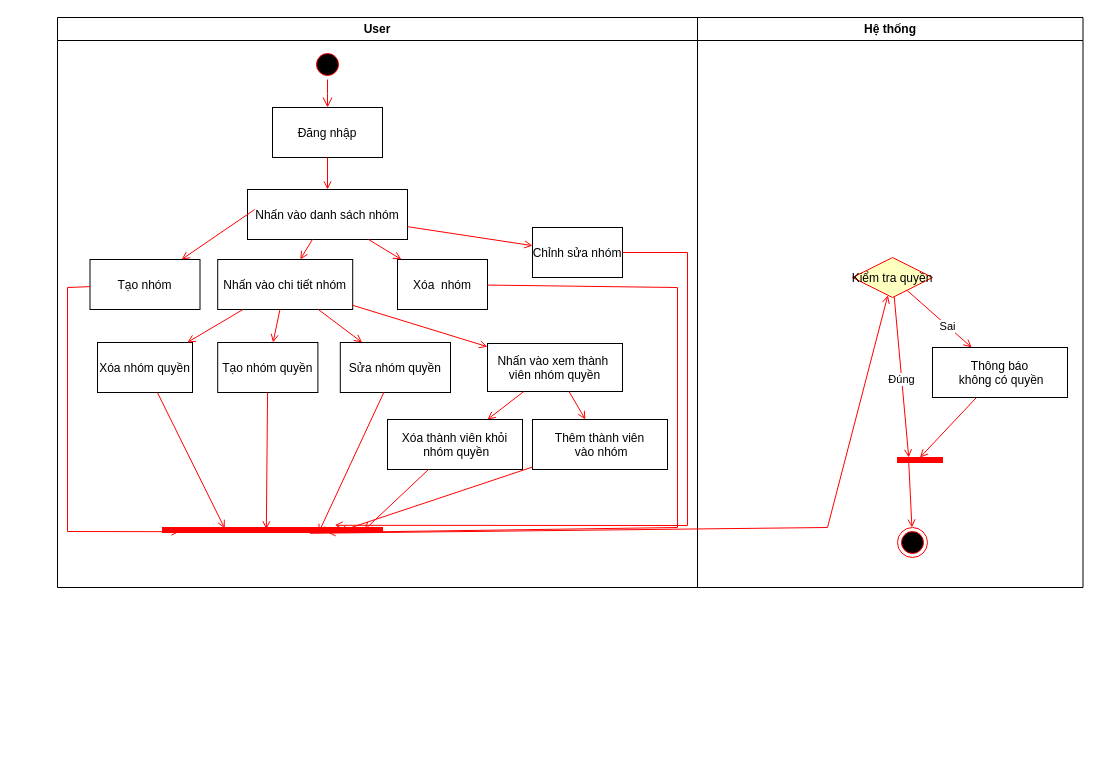
Before: BlogProject/BlogProject/PhanQuyenActivity.drawio in TranThanhHoang123/Blog, a draw.io diagram. Source tidied: cells renumbered, new cells numbered last; positions are measured from the earlier drawing's top-left corner, leaving out a move shared by most shapes. Both pictures are drawn from the tidied source at 100%, with x=0, y=0 at pixel (57, 17).
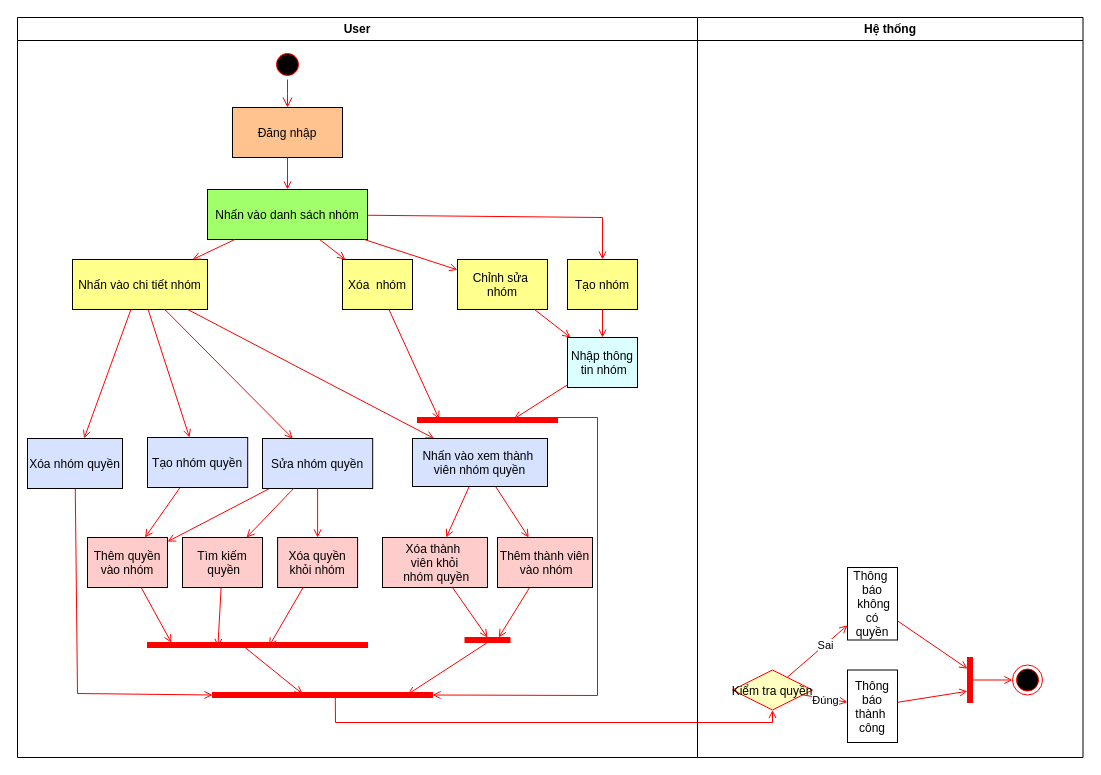
After the change.

Diff of the diagram source:
```diff
@@
     <mxCell id="2" value="User" style="swimlane;whiteSpace=wrap;" parent="1" vertex="1">
-      <mxGeometry width="640" height="570" as="geometry" />
+      <mxGeometry x="-40" width="680" height="740" as="geometry" />
     </mxCell>
@@
-    <mxCell id="5" value="Đăng nhập" parent="2" vertex="1">
+    <mxCell id="5" value="Đăng nhập" style="fillColor=#FFC38F;" parent="2" vertex="1">
       <mxGeometry x="215" y="90" width="110" height="50" as="geometry" />
     </mxCell>
-    <mxCell id="6" value="Nhấn vào danh sách nhóm" parent="2" vertex="1">
+    <mxCell id="6" value="Nhấn vào danh sách nhóm" style="fillColor=#A1FF6B;" parent="2" vertex="1">
       <mxGeometry x="190" y="172" width="160" height="50" as="geometry" />
     </mxCell>
@@
-    <mxCell id="8" value="Nhấn vào chi tiết nhóm" parent="2" vertex="1">
-      <mxGeometry x="160.2" y="242" width="135" height="50" as="geometry" />
+    <mxCell id="8" value="Nhấn vào chi tiết nhóm" style="fillColor=#FFFF8C;" parent="2" vertex="1">
+      <mxGeometry x="55" y="242" width="135" height="50" as="geometry" />
     </mxCell>
@@
-    <mxCell id="10" value="Nhấn vào xem thành &#10;viên nhóm quyền" parent="2" vertex="1">
-      <mxGeometry x="430" y="326" width="135" height="48" as="geometry" />
-    </mxCell>
@@
-    <mxCell id="12" value="Thêm thành viên&#10; vào nhóm" parent="2" vertex="1">
-      <mxGeometry x="475" y="402" width="135" height="50" as="geometry" />
-    </mxCell>
-    <mxCell id="13" value="Tạo nhóm quyền" parent="2" vertex="1">
-      <mxGeometry x="160.2" y="325" width="100.2" height="50" as="geometry" />
-    </mxCell>
@@
-    <mxCell id="15" value="Xóa nhóm quyền" parent="2" vertex="1">
-      <mxGeometry x="40" y="325" width="95" height="50" as="geometry" />
-    </mxCell>
@@
-    <mxCell id="18" value="Xóa thành viên khỏi&#10; nhóm quyền" parent="2" vertex="1">
-      <mxGeometry x="330" y="402" width="135" height="50" as="geometry" />
-    </mxCell>
@@
-    <mxCell id="20" value="Sửa nhóm quyền" parent="2" vertex="1">
-      <mxGeometry x="282.8" y="325" width="110.2" height="50" as="geometry" />
-    </mxCell>
@@
-    <mxCell id="22" value="Xóa  nhóm" parent="2" vertex="1">
-      <mxGeometry x="340" y="242" width="90" height="50" as="geometry" />
+    <mxCell id="22" value="Xóa  nhóm" style="fillColor=#FFFF8C;" parent="2" vertex="1">
+      <mxGeometry x="325" y="242" width="70" height="50" as="geometry" />
     </mxCell>
-    <mxCell id="23" value="Chỉnh sửa nhóm" parent="2" vertex="1">
-      <mxGeometry x="475" y="210" width="90" height="50" as="geometry" />
-    </mxCell>
@@
-    <mxCell id="26" value="Tạo nhóm" parent="2" vertex="1">
-      <mxGeometry x="32.5" y="242" width="110" height="50" as="geometry" />
+    <mxCell id="26" value="Tạo nhóm" style="fillColor=#FFFF8C;" parent="2" vertex="1">
+      <mxGeometry x="550" y="242" width="70" height="50" as="geometry" />
     </mxCell>
-    <mxCell id="27" style="endArrow=open;strokeColor=#FF0000;endFill=1;rounded=0;exitX=0.045;exitY=0.4;exitDx=0;exitDy=0;exitPerimeter=0;" parent="2" edge="1" source="6" target="26">
-      <mxGeometry relative="1" as="geometry" />
-    </mxCell>
-    <mxCell id="28" style="whiteSpace=wrap;strokeColor=#FF0000;fillColor=#FF0000;direction=south;" parent="2" vertex="1">
-      <mxGeometry x="105" y="510" width="220" height="5" as="geometry" />
-    </mxCell>
-    <mxCell id="29" style="endArrow=open;strokeColor=#FF0000;endFill=1;rounded=0;entryX=0.84;entryY=0.923;entryDx=0;entryDy=0;entryPerimeter=0;" parent="2" edge="1" source="26" target="28">
-      <mxGeometry relative="1" as="geometry">
-        <Array as="points">
-          <mxPoint x="10" y="270" />
-          <mxPoint x="10" y="514" />
-        </Array>
-      </mxGeometry>
-    </mxCell>
-    <mxCell id="30" style="endArrow=open;strokeColor=#FF0000;endFill=1;rounded=0;entryX=0.2;entryY=0.717;entryDx=0;entryDy=0;entryPerimeter=0;" parent="2" edge="1" source="15" target="28">
-      <mxGeometry relative="1" as="geometry" />
+    <mxCell id="30" style="endArrow=open;strokeColor=#FF0000;endFill=1;rounded=0;entryX=0.5;entryY=1;entryDx=0;entryDy=0;" parent="2" edge="1" source="15" target="28">
+      <mxGeometry relative="1" as="geometry">
+        <Array as="points">
+          <mxPoint x="60" y="676" />
+        </Array>
+      </mxGeometry>
     </mxCell>
-    <mxCell id="31" style="endArrow=open;strokeColor=#FF0000;endFill=1;rounded=0;entryX=0.36;entryY=0.528;entryDx=0;entryDy=0;entryPerimeter=0;" parent="2" edge="1" source="13" target="28">
+    <mxCell id="31" style="endArrow=open;strokeColor=#FF0000;endFill=1;rounded=0;" parent="2" edge="1" source="13" target="62">
       <mxGeometry relative="1" as="geometry" />
     </mxCell>
+    <mxCell id="23" value="Chỉnh sửa &#10;nhóm" style="fillColor=#FFFF8C;" parent="2" vertex="1">
+      <mxGeometry x="440" y="242" width="90" height="50" as="geometry" />
+    </mxCell>
+    <mxCell id="51" style="endArrow=open;strokeColor=#FF0000;endFill=1;rounded=0;entryX=0;entryY=0.5;entryDx=0;entryDy=0;" parent="2" edge="1" source="18" target="59">
+      <mxGeometry relative="1" as="geometry" />
+    </mxCell>
+    <mxCell id="52" style="endArrow=open;strokeColor=#FF0000;endFill=1;rounded=0;entryX=0;entryY=0.25;entryDx=0;entryDy=0;" parent="2" edge="1" source="12" target="59">
+      <mxGeometry relative="1" as="geometry" />
+    </mxCell>
+    <mxCell id="53" style="endArrow=open;strokeColor=#FF0000;endFill=1;rounded=0;exitX=1;exitY=0.5;exitDx=0;exitDy=0;entryX=0.36;entryY=0.112;entryDx=0;entryDy=0;entryPerimeter=0;" parent="2" edge="1" source="59" target="28">
+      <mxGeometry relative="1" as="geometry" />
+    </mxCell>
+    <mxCell id="27" style="endArrow=open;strokeColor=#FF0000;endFill=1;rounded=0;" parent="2" edge="1" source="6" target="26">
+      <mxGeometry relative="1" as="geometry">
+        <Array as="points">
+          <mxPoint x="585" y="200" />
+        </Array>
+      </mxGeometry>
+    </mxCell>
+    <mxCell id="54" style="whiteSpace=wrap;strokeColor=#FF0000;fillColor=#FF0000;direction=south;" parent="2" vertex="1">
+      <mxGeometry x="400" y="400" width="140" height="5" as="geometry" />
+    </mxCell>
+    <mxCell id="55" style="endArrow=open;strokeColor=#FF0000;endFill=1;rounded=0;entryX=0.36;entryY=0.845;entryDx=0;entryDy=0;entryPerimeter=0;" parent="2" edge="1" source="22" target="54">
+      <mxGeometry relative="1" as="geometry" />
+    </mxCell>
+    <mxCell id="56" style="endArrow=open;strokeColor=#FF0000;endFill=1;rounded=0;" parent="2" edge="1" source="23" target="60">
+      <mxGeometry relative="1" as="geometry" />
+    </mxCell>
+    <mxCell id="57" style="endArrow=open;strokeColor=#FF0000;endFill=1;rounded=0;" parent="2" edge="1" source="26">
+      <mxGeometry relative="1" as="geometry">
+        <mxPoint x="585" y="320" as="targetPoint" />
+      </mxGeometry>
+    </mxCell>
+    <mxCell id="58" style="endArrow=open;strokeColor=#FF0000;endFill=1;rounded=0;exitX=0;exitY=0.25;exitDx=0;exitDy=0;entryX=0.5;entryY=0;entryDx=0;entryDy=0;" parent="2" edge="1" source="54" target="28">
+      <mxGeometry relative="1" as="geometry">
+        <Array as="points">
+          <mxPoint x="580" y="400" />
+          <mxPoint x="580" y="678" />
+        </Array>
+      </mxGeometry>
+    </mxCell>
+    <mxCell id="12" value="Thêm thành viên&#10; vào nhóm" style="fillColor=#FFCCCC;" parent="2" vertex="1">
+      <mxGeometry x="480" y="520" width="95" height="50" as="geometry" />
+    </mxCell>
+    <mxCell id="10" value="Nhấn vào xem thành &#10;viên nhóm quyền" style="fillColor=#D6E2FF;" parent="2" vertex="1">
+      <mxGeometry x="395" y="421" width="135" height="48" as="geometry" />
+    </mxCell>
+    <mxCell id="18" value="Xóa thành &#10;viên khỏi&#10; nhóm quyền" style="fillColor=#FFCCCC;" parent="2" vertex="1">
+      <mxGeometry x="365" y="520" width="105" height="50" as="geometry" />
+    </mxCell>
+    <mxCell id="59" style="whiteSpace=wrap;strokeColor=#FF0000;fillColor=#FF0000;direction=south;" parent="2" vertex="1">
+      <mxGeometry x="447.5" y="620" width="45" height="5" as="geometry" />
+    </mxCell>
-    <mxCell id="32" style="endArrow=open;strokeColor=#FF0000;endFill=1;rounded=0;entryX=1;entryY=0.29;entryDx=0;entryDy=0;entryPerimeter=0;" parent="2" edge="1" source="20" target="28">
+    <mxCell id="32" style="endArrow=open;strokeColor=#FF0000;endFill=1;rounded=0;" parent="2" edge="1" source="20" target="62">
       <mxGeometry relative="1" as="geometry" />
     </mxCell>
-    <mxCell id="33" style="endArrow=open;strokeColor=#FF0000;endFill=1;rounded=0;entryX=0.52;entryY=0.083;entryDx=0;entryDy=0;entryPerimeter=0;" parent="2" edge="1" source="18" target="28">
-      <mxGeometry relative="1" as="geometry" />
-    </mxCell>
-    <mxCell id="34" style="endArrow=open;strokeColor=#FF0000;endFill=1;rounded=0;entryX=0.84;entryY=0.199;entryDx=0;entryDy=0;entryPerimeter=0;" parent="2" edge="1" source="12" target="28">
-      <mxGeometry relative="1" as="geometry" />
-    </mxCell>
-    <mxCell id="35" style="endArrow=open;strokeColor=#FF0000;endFill=1;rounded=0;entryX=1;entryY=0.25;entryDx=0;entryDy=0;" parent="2" edge="1" source="22" target="28">
-      <mxGeometry relative="1" as="geometry">
-        <Array as="points">
-          <mxPoint x="620" y="270" />
-          <mxPoint x="620" y="510" />
-        </Array>
-      </mxGeometry>
-    </mxCell>
-    <mxCell id="36" style="endArrow=open;strokeColor=#FF0000;endFill=1;rounded=0;entryX=-0.44;entryY=0.217;entryDx=0;entryDy=0;entryPerimeter=0;" parent="2" edge="1" source="23" target="28">
-      <mxGeometry relative="1" as="geometry">
-        <Array as="points">
-          <mxPoint x="630" y="235" />
-          <mxPoint x="630" y="508" />
-        </Array>
-      </mxGeometry>
-    </mxCell>
+    <mxCell id="20" value="Sửa nhóm quyền" style="fillColor=#D6E2FF;" parent="2" vertex="1">
+      <mxGeometry x="245" y="421" width="110.2" height="50" as="geometry" />
+    </mxCell>
+    <mxCell id="13" value="Tạo nhóm quyền" style="fillColor=#D6E2FF;" parent="2" vertex="1">
+      <mxGeometry x="130" y="420" width="100.2" height="50" as="geometry" />
+    </mxCell>
+    <mxCell id="15" value="Xóa nhóm quyền" style="fillColor=#D6E2FF;" parent="2" vertex="1">
+      <mxGeometry x="10" y="421" width="95" height="50" as="geometry" />
+    </mxCell>
+    <mxCell id="28" style="whiteSpace=wrap;strokeColor=#FF0000;fillColor=#FF0000;direction=south;" parent="2" vertex="1">
+      <mxGeometry x="195" y="675" width="220" height="5" as="geometry" />
+    </mxCell>
+    <mxCell id="41" value="Kiểm tra quyền" style="rhombus;fillColor=#ffffc0;strokeColor=#ff0000;" parent="2" vertex="1">
+      <mxGeometry x="715" y="652.5" width="80" height="40" as="geometry" />
+    </mxCell>
+    <mxCell id="50" style="endArrow=open;strokeColor=#FF0000;endFill=1;rounded=0;exitX=-0.12;exitY=0.442;exitDx=0;exitDy=0;exitPerimeter=0;" parent="2" edge="1" source="28" target="41">
+      <mxGeometry relative="1" as="geometry">
+        <Array as="points">
+          <mxPoint x="318" y="705" />
+          <mxPoint x="755" y="705" />
+        </Array>
+      </mxGeometry>
+    </mxCell>
+    <mxCell id="60" value="Nhập thông&#10; tin nhóm" style="fillColor=#DBFFFF;" parent="2" vertex="1">
+      <mxGeometry x="550" y="320" width="70" height="50" as="geometry" />
+    </mxCell>
+    <mxCell id="61" style="endArrow=open;strokeColor=#FF0000;endFill=1;rounded=0;entryX=0.28;entryY=0.311;entryDx=0;entryDy=0;entryPerimeter=0;" parent="2" edge="1" source="60" target="54">
+      <mxGeometry relative="1" as="geometry" />
+    </mxCell>
+    <mxCell id="62" value="Thêm quyền&#10;vào nhóm" style="fillColor=#FFCCCC;" parent="2" vertex="1">
+      <mxGeometry x="70" y="520" width="80" height="50" as="geometry" />
+    </mxCell>
+    <mxCell id="63" value="Tìm kiếm&#10; quyền" style="fillColor=#FFCCCC;" parent="2" vertex="1">
+      <mxGeometry x="165" y="520" width="80" height="50" as="geometry" />
+    </mxCell>
+    <mxCell id="64" value="Xóa quyền&#10;khỏi nhóm" style="fillColor=#FFCCCC;" parent="2" vertex="1">
+      <mxGeometry x="260.1" y="520" width="80" height="50" as="geometry" />
+    </mxCell>
+    <mxCell id="65" style="endArrow=open;strokeColor=#FF0000;endFill=1;rounded=0;" parent="2" edge="1" source="20" target="63">
+      <mxGeometry relative="1" as="geometry" />
+    </mxCell>
+    <mxCell id="66" style="endArrow=open;strokeColor=#FF0000;endFill=1;rounded=0;" parent="2" edge="1" source="20" target="64">
+      <mxGeometry relative="1" as="geometry" />
+    </mxCell>
+    <mxCell id="67" style="whiteSpace=wrap;strokeColor=#FF0000;fillColor=#FF0000;direction=south;" parent="2" vertex="1">
+      <mxGeometry x="130" y="625" width="220" height="5" as="geometry" />
+    </mxCell>
+    <mxCell id="68" style="endArrow=open;strokeColor=#FF0000;endFill=1;rounded=0;entryX=0.08;entryY=0.891;entryDx=0;entryDy=0;entryPerimeter=0;" parent="2" edge="1" source="62" target="67">
+      <mxGeometry relative="1" as="geometry" />
+    </mxCell>
+    <mxCell id="69" style="endArrow=open;strokeColor=#FF0000;endFill=1;rounded=0;entryX=0.88;entryY=0.68;entryDx=0;entryDy=0;entryPerimeter=0;" parent="2" edge="1" source="63" target="67">
+      <mxGeometry relative="1" as="geometry" />
+    </mxCell>
+    <mxCell id="70" style="endArrow=open;strokeColor=#FF0000;endFill=1;rounded=0;entryX=0.72;entryY=0.447;entryDx=0;entryDy=0;entryPerimeter=0;" parent="2" edge="1" source="64" target="67">
+      <mxGeometry relative="1" as="geometry" />
+    </mxCell>
+    <mxCell id="71" style="endArrow=open;strokeColor=#FF0000;endFill=1;rounded=0;entryX=0.32;entryY=0.59;entryDx=0;entryDy=0;entryPerimeter=0;exitX=0.24;exitY=0.578;exitDx=0;exitDy=0;exitPerimeter=0;" parent="2" edge="1" source="67" target="28">
+      <mxGeometry relative="1" as="geometry" />
+    </mxCell>
     <mxCell id="37" value="Hệ thống" style="swimlane;whiteSpace=wrap;" parent="1" vertex="1">
-      <mxGeometry x="640" width="385.5" height="570" as="geometry" />
+      <mxGeometry x="640" width="385.5" height="740" as="geometry" />
     </mxCell>
@@
+    <mxCell id="45" value="Thông &#10;báo&#10; không&#10; có &#10;quyền" style="direction=south;" parent="37" vertex="1">
+      <mxGeometry x="150" y="550" width="50" height="72.5" as="geometry" />
+    </mxCell>
+    <mxCell id="44" style="whiteSpace=wrap;strokeColor=#FF0000;fillColor=#FF0000;direction=west;" parent="37" vertex="1">
+      <mxGeometry x="270" y="640" width="5" height="45" as="geometry" />
+    </mxCell>
+    <mxCell id="48" style="endArrow=open;strokeColor=#FF0000;endFill=1;rounded=0;entryX=1;entryY=0.75;entryDx=0;entryDy=0;" parent="37" edge="1" source="45" target="44">
+      <mxGeometry relative="1" as="geometry" />
+    </mxCell>
+    <mxCell id="72" value="Thông&#10; báo &#10;thành &#10;công" style="direction=south;" parent="37" vertex="1">
+      <mxGeometry x="150" y="652.5" width="50" height="72.5" as="geometry" />
+    </mxCell>
+    <mxCell id="73" style="endArrow=open;strokeColor=#FF0000;endFill=1;rounded=0;entryX=1;entryY=0.25;entryDx=0;entryDy=0;" parent="37" edge="1" source="72" target="44">
+      <mxGeometry relative="1" as="geometry" />
+    </mxCell>
     <mxCell id="40" style="ellipse;shape=endState;fillColor=#000000;strokeColor=#ff0000;" parent="37" vertex="1">
-      <mxGeometry x="200" y="510" width="30" height="30" as="geometry" />
+      <mxGeometry x="315" y="647.5" width="30" height="30" as="geometry" />
     </mxCell>
-    <mxCell id="41" value="Kiểm tra quyền" style="rhombus;fillColor=#ffffc0;strokeColor=#ff0000;" parent="37" vertex="1">
-      <mxGeometry x="155" y="240" width="80" height="40" as="geometry" />
-    </mxCell>
+    <mxCell id="49" style="endArrow=open;strokeColor=#FF0000;endFill=1;rounded=0;exitX=1;exitY=0.5;exitDx=0;exitDy=0;" parent="37" edge="1" source="44" target="40">
+      <mxGeometry relative="1" as="geometry" />
+    </mxCell>
+    <mxCell id="46" style="endArrow=open;strokeColor=#FF0000;endFill=1;rounded=0;" parent="1" edge="1" source="41" target="45">
+      <mxGeometry relative="1" as="geometry" />
+    </mxCell>
+    <mxCell id="47" value="Sai" style="edgeLabel;html=1;align=center;verticalAlign=middle;" parent="46" vertex="1">
+      <mxGeometry x="0.26" relative="1" as="geometry" />
+    </mxCell>
-    <mxCell id="42" style="endArrow=open;strokeColor=#FF0000;endFill=1;rounded=0;entryX=0;entryY=0.75;entryDx=0;entryDy=0;" parent="37" edge="1" source="41" target="44">
+    <mxCell id="42" style="endArrow=open;strokeColor=#FF0000;endFill=1;rounded=0;" parent="1" edge="1" source="41" target="72">
       <mxGeometry relative="1" as="geometry" />
     </mxCell>
@@
-    <mxCell id="44" style="whiteSpace=wrap;strokeColor=#FF0000;fillColor=#FF0000;direction=south;" parent="37" vertex="1">
-      <mxGeometry x="200" y="440" width="45" height="5" as="geometry" />
-    </mxCell>
-    <mxCell id="45" value="Thông báo&#10; không có quyền" parent="37" vertex="1">
-      <mxGeometry x="235" y="330" width="135" height="50" as="geometry" />
-    </mxCell>
-    <mxCell id="46" style="endArrow=open;strokeColor=#FF0000;endFill=1;rounded=0;" parent="37" edge="1" source="41" target="45">
-      <mxGeometry relative="1" as="geometry" />
-    </mxCell>
-    <mxCell id="47" value="Sai" style="edgeLabel;html=1;align=center;verticalAlign=middle;" parent="46" vertex="1">
-      <mxGeometry x="0.26" relative="1" as="geometry" />
-    </mxCell>
-    <mxCell id="48" style="endArrow=open;strokeColor=#FF0000;endFill=1;rounded=0;entryX=0;entryY=0.5;entryDx=0;entryDy=0;" parent="37" edge="1" source="45" target="44">
-      <mxGeometry relative="1" as="geometry" />
-    </mxCell>
-    <mxCell id="49" style="endArrow=open;strokeColor=#FF0000;endFill=1;rounded=0;exitX=1;exitY=0.75;exitDx=0;exitDy=0;" parent="37" edge="1" source="44" target="40">
-      <mxGeometry relative="1" as="geometry" />
-    </mxCell>
-    <mxCell id="50" style="endArrow=open;strokeColor=#FF0000;endFill=1;rounded=0;exitX=1.16;exitY=0.33;exitDx=0;exitDy=0;exitPerimeter=0;" parent="1" edge="1" source="28" target="41">
-      <mxGeometry relative="1" as="geometry">
-        <Array as="points">
-          <mxPoint x="770" y="510" />
-        </Array>
-      </mxGeometry>
-    </mxCell>
```
